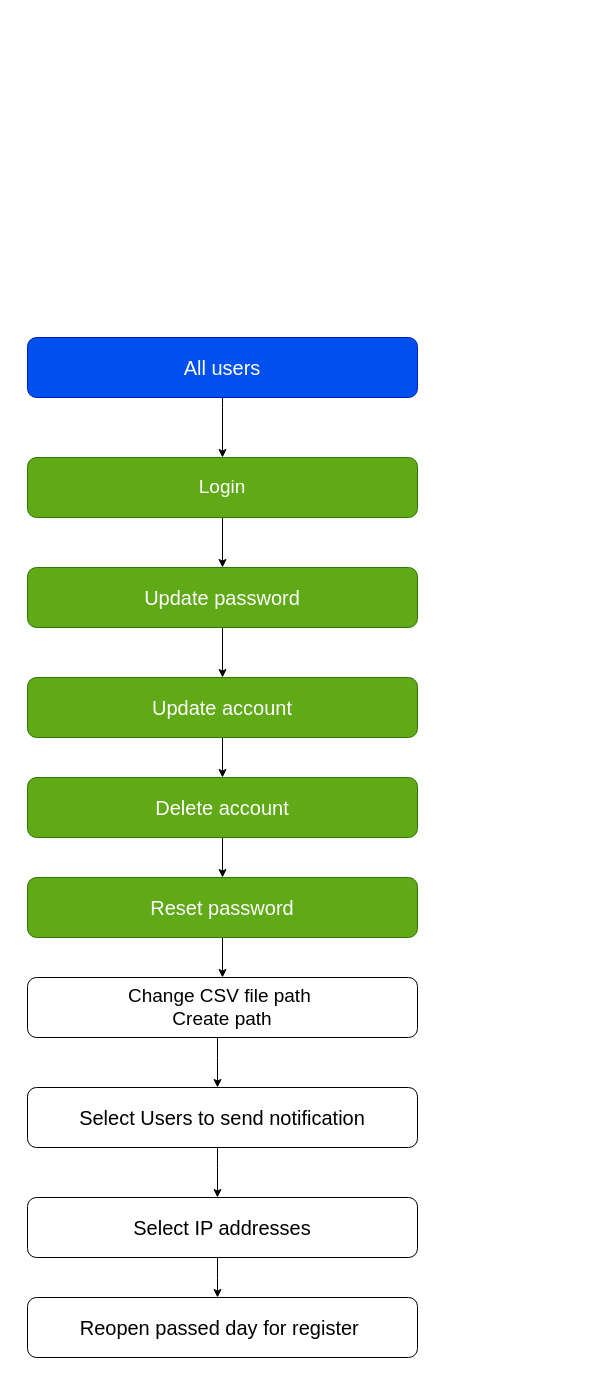
This is page "User" (1 of 2) of DevData/planning.drawio from remian-coders/product-management, a draw.io file, before an edit. Source tidied: cells renumbered, new cells numbered last; positions are measured from the earlier drawing's top-left corner, leaving out a move shared by most shapes. Both pictures are drawn from the tidied source at 100%, with x=0, y=0 at pixel (27, 337).
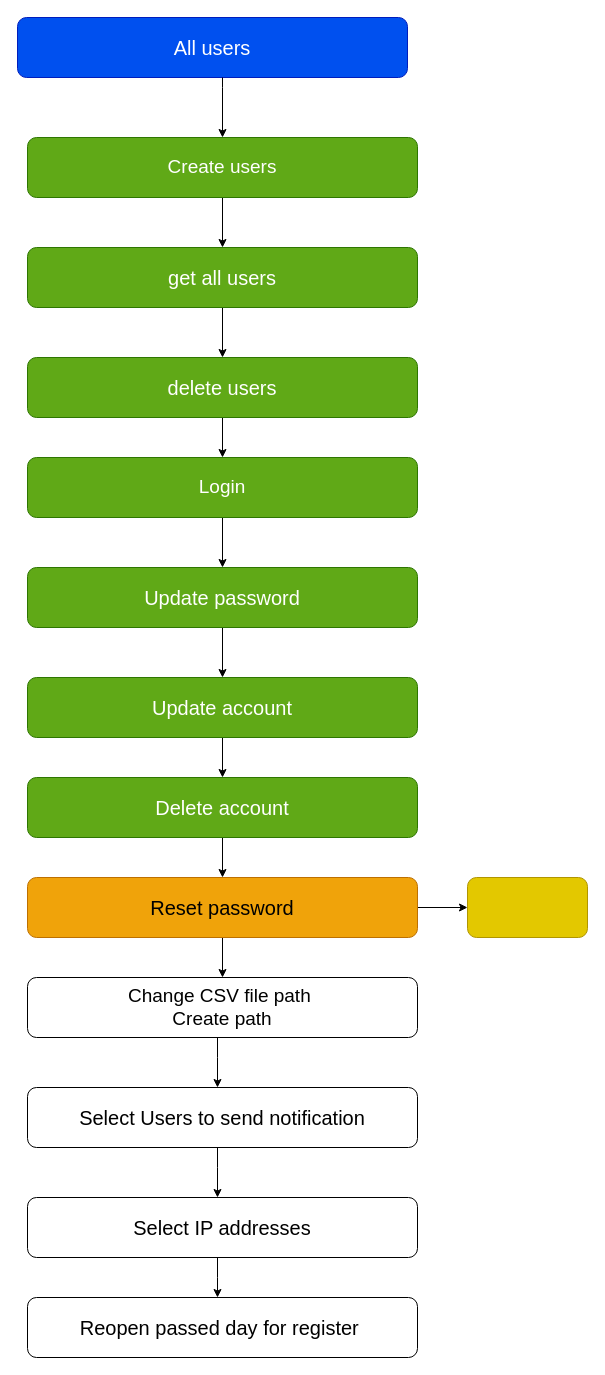
After the change.

Unchanged cells that the change refers to:
```xml
<mxCell id="5" value="&lt;span style=&quot;font-size: 19px;&quot;&gt;Login&lt;/span&gt;" style="whiteSpace=wrap;html=1;rounded=1;fillColor=#60a917;fontColor=#ffffff;strokeColor=#2D7600;" parent="1" vertex="1">
  <mxGeometry y="120" width="390" height="60" as="geometry" />
</mxCell>
```

What changed in the source:
```diff
@@
-    <mxCell id="2" style="edgeStyle=orthogonalEdgeStyle;rounded=0;jettySize=auto;html=1;fontSize=20;" parent="1" edge="1" source="3" target="5">
+    <mxCell id="2" style="edgeStyle=orthogonalEdgeStyle;rounded=0;jettySize=auto;html=1;fontSize=20;" parent="1" edge="1" target="5">
       <mxGeometry relative="1" as="geometry">
+        <mxPoint x="185" y="70" as="sourcePoint" />
         <Array as="points">
-          <mxPoint x="195" y="70" />
           <mxPoint x="195" y="70" />
         </Array>
       </mxGeometry>
     </mxCell>
     <mxCell id="3" value="&lt;span style=&quot;font-size: 20px;&quot;&gt;All users&lt;/span&gt;" style="rounded=1;whiteSpace=wrap;html=1;fillColor=#0050ef;fontColor=#ffffff;strokeColor=#001DBC;" parent="1" vertex="1">
-      <mxGeometry width="390" height="60" as="geometry" />
+      <mxGeometry x="-10" y="-320" width="390" height="60" as="geometry" />
     </mxCell>
@@
+    <mxCell id="21" style="edgeStyle=none;html=1;" parent="1" edge="1" source="13" target="28">
+      <mxGeometry relative="1" as="geometry" />
+    </mxCell>
-    <mxCell id="13" value="&lt;span style=&quot;font-size: 20px;&quot;&gt;Reset password&lt;/span&gt;" style="whiteSpace=wrap;html=1;rounded=1;fillColor=#60a917;fontColor=#ffffff;strokeColor=#2D7600;" parent="1" vertex="1">
+    <mxCell id="13" value="&lt;span style=&quot;font-size: 20px;&quot;&gt;Reset password&lt;/span&gt;" style="whiteSpace=wrap;html=1;rounded=1;fillColor=#f0a30a;fontColor=#000000;strokeColor=#BD7000;" parent="1" vertex="1">
       <mxGeometry y="540" width="390" height="60" as="geometry" />
     </mxCell>
@@
+    <mxCell id="22" style="edgeStyle=orthogonalEdgeStyle;rounded=0;jettySize=auto;html=1;fontSize=20;" parent="1" edge="1" target="24">
+      <mxGeometry relative="1" as="geometry">
+        <mxPoint x="195" y="-260" as="sourcePoint" />
+        <Array as="points">
+          <mxPoint x="195" y="-250" />
+          <mxPoint x="195" y="-250" />
+        </Array>
+      </mxGeometry>
+    </mxCell>
+    <mxCell id="23" style="edgeStyle=orthogonalEdgeStyle;rounded=0;jettySize=auto;html=1;fontSize=20;" parent="1" edge="1" source="24" target="26">
+      <mxGeometry relative="1" as="geometry" />
+    </mxCell>
+    <mxCell id="24" value="&lt;font style=&quot;font-size: 19px;&quot;&gt;Create users&lt;/font&gt;" style="whiteSpace=wrap;html=1;rounded=1;fillColor=#60a917;fontColor=#ffffff;strokeColor=#2D7600;" parent="1" vertex="1">
+      <mxGeometry y="-200" width="390" height="60" as="geometry" />
+    </mxCell>
+    <mxCell id="25" style="edgeStyle=orthogonalEdgeStyle;rounded=0;jettySize=auto;html=1;fontSize=20;" parent="1" edge="1" source="26" target="27">
+      <mxGeometry relative="1" as="geometry" />
+    </mxCell>
+    <mxCell id="26" value="&lt;font style=&quot;font-size: 20px;&quot;&gt;get all users&lt;/font&gt;" style="whiteSpace=wrap;html=1;rounded=1;fillColor=#60a917;fontColor=#ffffff;strokeColor=#2D7600;" parent="1" vertex="1">
+      <mxGeometry y="-90" width="390" height="60" as="geometry" />
+    </mxCell>
+    <mxCell id="27" value="&lt;font style=&quot;font-size: 20px;&quot;&gt;delete users&lt;/font&gt;" style="whiteSpace=wrap;html=1;rounded=1;fillColor=#60a917;fontColor=#ffffff;strokeColor=#2D7600;" parent="1" vertex="1">
+      <mxGeometry y="20" width="390" height="60" as="geometry" />
+    </mxCell>
+    <mxCell id="28" style="whiteSpace=wrap;html=1;rounded=1;fillColor=#e3c800;fontColor=#000000;strokeColor=#B09500;" parent="1" vertex="1">
+      <mxGeometry x="440" y="540" width="120" height="60" as="geometry" />
+    </mxCell>
```
